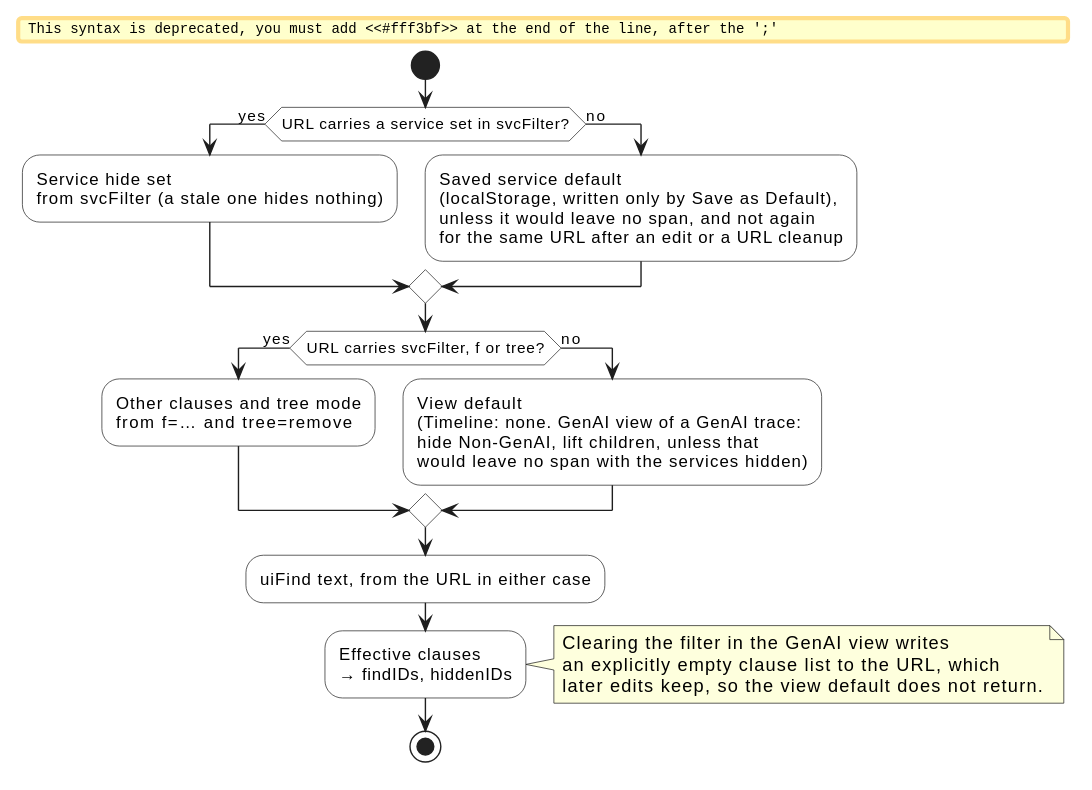
Above: docs/rfc/0009/precedence.svg in jaegertracing/jaeger-ui (PlantUML), before the change. The source it was exported from:
```plantuml
@startuml
skinparam shadowing false
skinparam defaultFontName Helvetica
skinparam ActivityBackgroundColor #ffffff
skinparam ActivityBorderColor #1e1e1e
skinparam ArrowColor #1e1e1e

start
if (URL carries a service set in svcFilter?) then (yes)
  #fff3bf:Service hide set
  from svcFilter (a stale one hides nothing);
else (no)
  :Saved service default
  (localStorage, written only by Save as Default),
  unless it would leave no span, and not again
  for the same URL after an edit or a URL cleanup;
endif
if (URL carries svcFilter, f or tree?) then (yes)
  #fff3bf:Other clauses and tree mode
  from f=… and tree=remove;
else (no)
  :View default
  (Timeline: none. GenAI view of a GenAI trace:
  hide Non-GenAI, lift children, unless that
  would leave no span with the services hidden);
endif
:uiFind text, from the URL in either case;
:Effective clauses
→ findIDs, hiddenIDs;
note right
  Clearing the filter in the GenAI view writes
  an explicitly empty clause list to the URL, which
  later edits keep, so the view default does not return.
end note
stop
@enduml
```
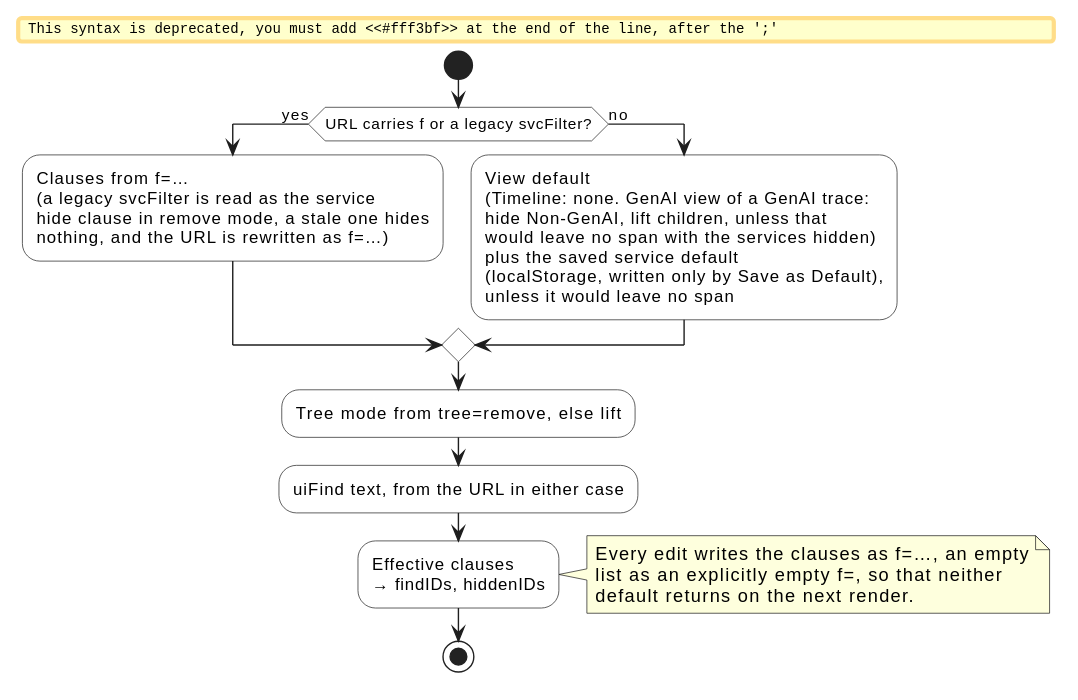
After the change.

Commit message:
docs(rfc): Carry the service hide set in f and read svcFilter as legacy

Every chip is one f parameter, so the URL can say that no service is
hidden and the saved default applies only while the URL states no
filter. A svcFilter link is read in remove mode, the mode it was written
under, and rewritten as f, so that an existing link renders as it did.

What changed in the source:
```diff
@@ -6,31 +6,28 @@
 skinparam ArrowColor #1e1e1e
 
 start
-if (URL carries a service set in svcFilter?) then (yes)
-  #fff3bf:Service hide set
-  from svcFilter (a stale one hides nothing);
-else (no)
-  :Saved service default
-  (localStorage, written only by Save as Default),
-  unless it would leave no span, and not again
-  for the same URL after an edit or a URL cleanup;
-endif
-if (URL carries svcFilter, f or tree?) then (yes)
-  #fff3bf:Other clauses and tree mode
-  from f=… and tree=remove;
+if (URL carries f or a legacy svcFilter?) then (yes)
+  #fff3bf:Clauses from f=…
+  (a legacy svcFilter is read as the service
+  hide clause in remove mode, a stale one hides
+  nothing, and the URL is rewritten as f=…);
 else (no)
   :View default
   (Timeline: none. GenAI view of a GenAI trace:
   hide Non-GenAI, lift children, unless that
-  would leave no span with the services hidden);
+  would leave no span with the services hidden)
+  plus the saved service default
+  (localStorage, written only by Save as Default),
+  unless it would leave no span;
 endif
+:Tree mode from tree=remove, else lift;
 :uiFind text, from the URL in either case;
 :Effective clauses
 → findIDs, hiddenIDs;
 note right
-  Clearing the filter in the GenAI view writes
-  an explicitly empty clause list to the URL, which
-  later edits keep, so the view default does not return.
+  Every edit writes the clauses as f=…, an empty
+  list as an explicitly empty f=, so that neither
+  default returns on the next render.
 end note
 stop
 @enduml
```
